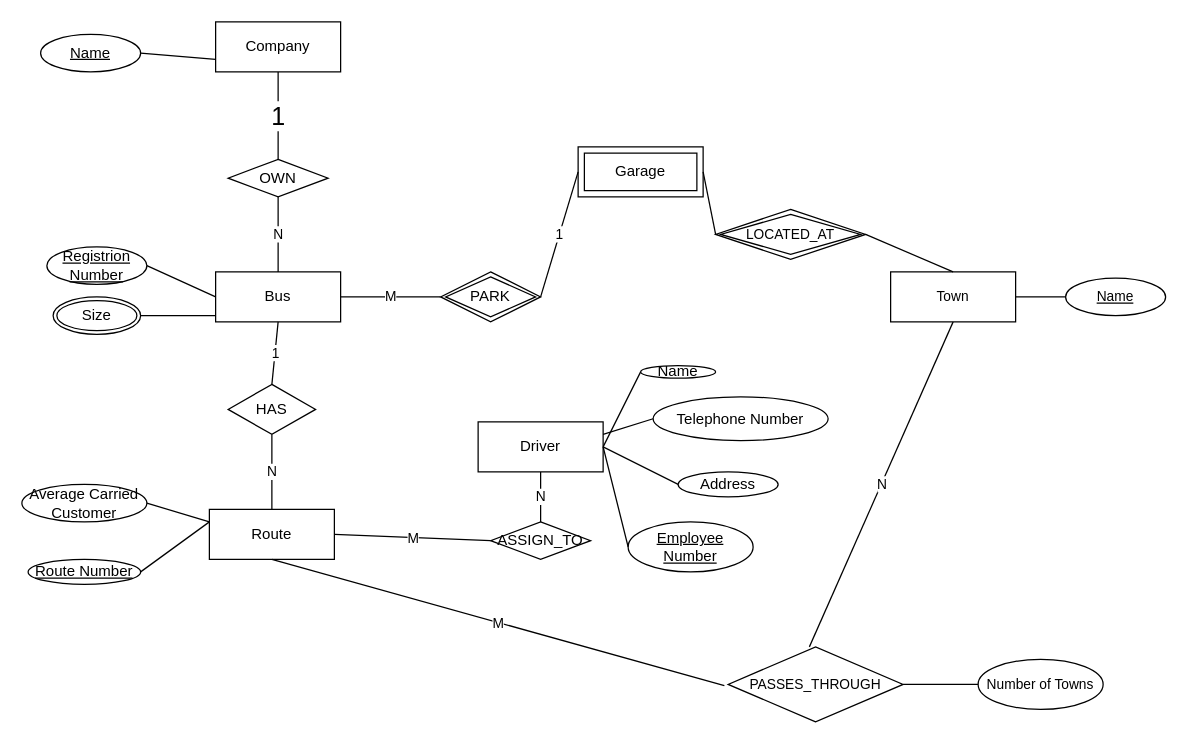
This is Lab_2.drawio from saiaungkyawmaw/ER-diagram_DatabaseClass, a draw.io file, before an edit. Source tidied: cells renumbered, new cells numbered last; positions are measured from the earlier drawing's top-left corner, leaving out a move shared by most shapes. Both pictures are drawn from the tidied source at 125%, with x=0, y=0 at pixel (21, 21).
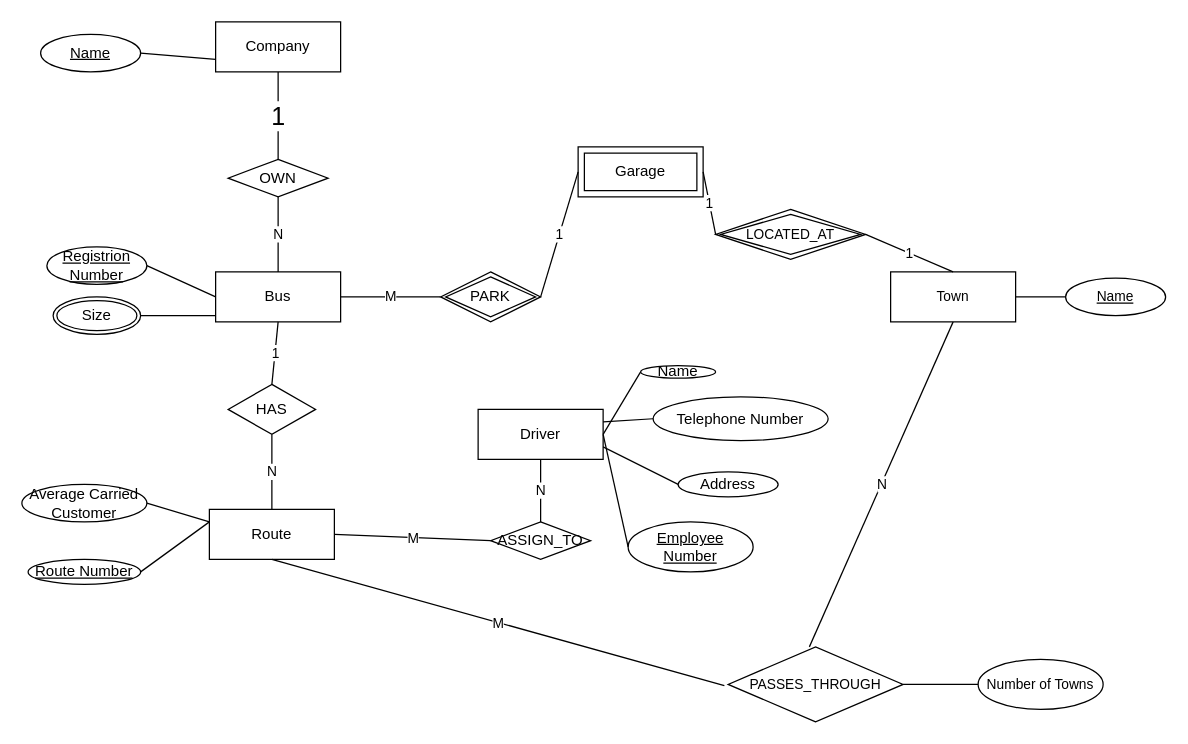
The same page after the edit.

Unchanged cells that the change refers to:
```xml
<mxCell id="13" value="Garage" style="shape=ext;margin=3;double=1;whiteSpace=wrap;html=1;align=center;" parent="1" vertex="1">
  <mxGeometry x="445" y="100" width="100" height="40" as="geometry" />
</mxCell>
<mxCell id="41" value="Town" style="whiteSpace=wrap;html=1;align=center;strokeColor=default;fontSize=11;" parent="1" vertex="1">
  <mxGeometry x="695" y="200" width="100" height="40" as="geometry" />
</mxCell>
<mxCell id="44" value="LOCATED_AT" style="shape=rhombus;double=1;perimeter=rhombusPerimeter;whiteSpace=wrap;html=1;align=center;strokeColor=default;fontSize=11;" parent="1" vertex="1">
  <mxGeometry x="555" y="150" width="120" height="40" as="geometry" />
</mxCell>
```

Change to the diagram source:
```diff
@@
     <mxCell id="4" value="Driver" style="whiteSpace=wrap;html=1;align=center;" parent="1" vertex="1">
-      <mxGeometry x="365" y="320" width="100" height="40" as="geometry" />
+      <mxGeometry x="365" y="310" width="100" height="40" as="geometry" />
     </mxCell>
@@
-    <mxCell id="42" style="endArrow=none;html=1;rounded=0;strokeWidth=1;fontSize=11;exitX=1;exitY=0.5;exitDx=0;exitDy=0;entryX=0.5;entryY=0;entryDx=0;entryDy=0;startArrow=none;" parent="1" edge="1" source="44" target="41">
+    <mxCell id="42" value="1" style="endArrow=none;html=1;rounded=0;strokeWidth=1;fontSize=11;exitX=1;exitY=0.5;exitDx=0;exitDy=0;entryX=0.5;entryY=0;entryDx=0;entryDy=0;startArrow=none;" parent="1" edge="1" source="44" target="41">
       <mxGeometry relative="1" as="geometry" />
     </mxCell>
-    <mxCell id="43" style="endArrow=none;html=1;rounded=0;strokeWidth=1;fontSize=11;exitX=1;exitY=0.5;exitDx=0;exitDy=0;entryX=0;entryY=0.5;entryDx=0;entryDy=0;" parent="1" edge="1" source="13" target="44">
+    <mxCell id="43" value="1" style="endArrow=none;html=1;rounded=0;strokeWidth=1;fontSize=11;exitX=1;exitY=0.5;exitDx=0;exitDy=0;entryX=0;entryY=0.5;entryDx=0;entryDy=0;" parent="1" edge="1" source="13" target="44">
       <mxGeometry relative="1" as="geometry" />
     </mxCell>
```
